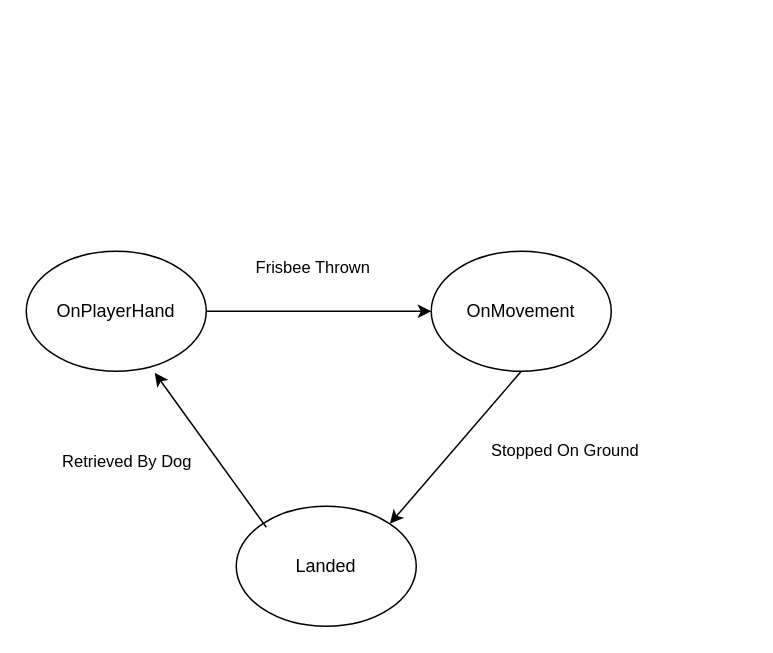
The draw.io diagram FSMs/FrisbeeGame/Frisbee/frisbeeFSM.drawio in DavidPalricas/CountryFair-VR, before the edit. Source tidied: cells renumbered, new cells numbered last; positions are measured from the earlier drawing's top-left corner, leaving out a move shared by most shapes. Both pictures are drawn from the tidied source at 150%, with x=0, y=0 at pixel (26, 250).
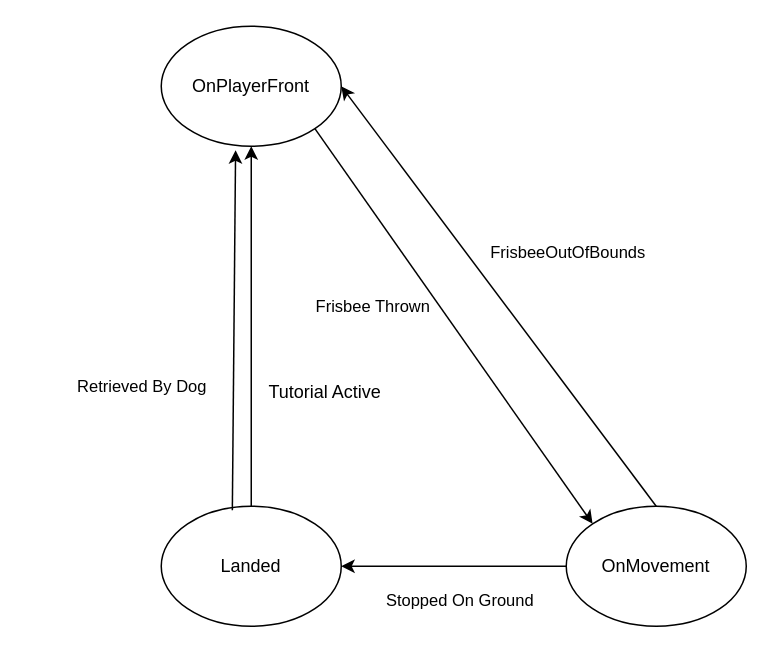
The same page after the edit.

Change to the diagram source:
```diff
@@
 <mxGraphModel>
   <root>
     <mxCell id="0" />
     <mxCell id="1" parent="0" />
-    <mxCell id="2" value="OnPlayerHand" style="ellipse;whiteSpace=wrap;html=1;" parent="1" vertex="1">
-      <mxGeometry width="120" height="80" as="geometry" />
+    <mxCell id="2" value="OnPlayerFront" style="ellipse;whiteSpace=wrap;html=1;" parent="1" vertex="1">
+      <mxGeometry x="90" y="-150" width="120" height="80" as="geometry" />
     </mxCell>
     <mxCell id="3" value="OnMovement" style="ellipse;whiteSpace=wrap;html=1;" parent="1" vertex="1">
-      <mxGeometry x="270" width="120" height="80" as="geometry" />
+      <mxGeometry x="360" y="170" width="120" height="80" as="geometry" />
     </mxCell>
     <mxCell id="4" value="Landed" style="ellipse;whiteSpace=wrap;html=1;" parent="1" vertex="1">
-      <mxGeometry x="140" y="170" width="120" height="80" as="geometry" />
+      <mxGeometry x="90" y="170" width="120" height="80" as="geometry" />
     </mxCell>
-    <mxCell id="5" style="endArrow=classic;html=1;rounded=0;exitX=1;exitY=0.5;exitDx=0;exitDy=0;entryX=0;entryY=0.5;entryDx=0;entryDy=0;" parent="1" edge="1" source="2" target="3">
+    <mxCell id="5" style="endArrow=classic;html=1;rounded=0;exitX=1;exitY=1;exitDx=0;exitDy=0;entryX=0;entryY=0;entryDx=0;entryDy=0;" parent="1" edge="1" source="2" target="3">
       <mxGeometry relative="1" as="geometry" />
     </mxCell>
     <mxCell id="6" value="Frisbee Thrown" style="edgeLabel;html=1;align=center;verticalAlign=middle;" parent="5" vertex="1">
       <mxGeometry x="-0.15" relative="1" as="geometry">
-        <mxPoint x="6" y="-30" as="offset" />
+        <mxPoint x="-41" y="6" as="offset" />
       </mxGeometry>
     </mxCell>
-    <mxCell id="7" style="endArrow=classic;html=1;rounded=0;entryX=0.714;entryY=1.013;entryDx=0;entryDy=0;entryPerimeter=0;exitX=0.167;exitY=0.175;exitDx=0;exitDy=0;exitPerimeter=0;" parent="1" edge="1" source="4" target="2">
+    <mxCell id="7" style="endArrow=classic;html=1;rounded=0;entryX=0.413;entryY=1.033;entryDx=0;entryDy=0;exitX=0.395;exitY=0.033;exitDx=0;exitDy=0;entryPerimeter=0;exitPerimeter=0;" parent="1" edge="1" source="4" target="2">
       <mxGeometry relative="1" as="geometry" />
     </mxCell>
-    <mxCell id="8" style="endArrow=classic;html=1;rounded=0;exitX=0.5;exitY=1;exitDx=0;exitDy=0;entryX=1;entryY=0;entryDx=0;entryDy=0;" parent="1" edge="1" source="3" target="4">
+    <mxCell id="8" style="endArrow=classic;html=1;rounded=0;exitX=0;exitY=0.5;exitDx=0;exitDy=0;entryX=1;entryY=0.5;entryDx=0;entryDy=0;" parent="1" edge="1" source="3" target="4">
       <mxGeometry relative="1" as="geometry" />
     </mxCell>
     <mxCell id="9" value="Stopped On Ground" style="edgeLabel;html=1;align=center;verticalAlign=middle;" parent="1" vertex="1">
-      <mxGeometry x="370" y="140" as="geometry">
+      <mxGeometry x="300" y="240" as="geometry">
         <mxPoint x="-12" y="-8" as="offset" />
       </mxGeometry>
     </mxCell>
     <mxCell id="10" value="Retrieved By Dog" style="edgeLabel;html=1;align=center;verticalAlign=middle;" parent="1" vertex="1">
-      <mxGeometry x="80" y="150" as="geometry">
+      <mxGeometry x="90" y="100" as="geometry">
         <mxPoint x="-14" y="-11" as="offset" />
       </mxGeometry>
     </mxCell>
+    <mxCell id="11" style="endArrow=classic;html=1;rounded=0;entryX=0.5;entryY=1;entryDx=0;entryDy=0;exitX=0.5;exitY=0;exitDx=0;exitDy=0;" parent="1" edge="1" source="4" target="2">
+      <mxGeometry relative="1" as="geometry" />
+    </mxCell>
+    <mxCell id="12" value="Tutorial Active" style="text;whiteSpace=wrap;html=1;" parent="1" vertex="1">
+      <mxGeometry x="160" y="80" width="80" height="40" as="geometry" />
+    </mxCell>
+    <mxCell id="13" style="endArrow=classic;html=1;rounded=0;exitX=0.5;exitY=0;exitDx=0;exitDy=0;entryX=1;entryY=0.5;entryDx=0;entryDy=0;" parent="1" edge="1" source="3" target="2">
+      <mxGeometry relative="1" as="geometry" />
+    </mxCell>
+    <mxCell id="14" value="FrisbeeOutOfBounds" style="edgeLabel;html=1;align=center;verticalAlign=middle;" parent="13" vertex="1">
+      <mxGeometry x="-0.15" relative="1" as="geometry">
+        <mxPoint x="30" y="-50" as="offset" />
+      </mxGeometry>
+    </mxCell>
   </root>
 </mxGraphModel>
```
